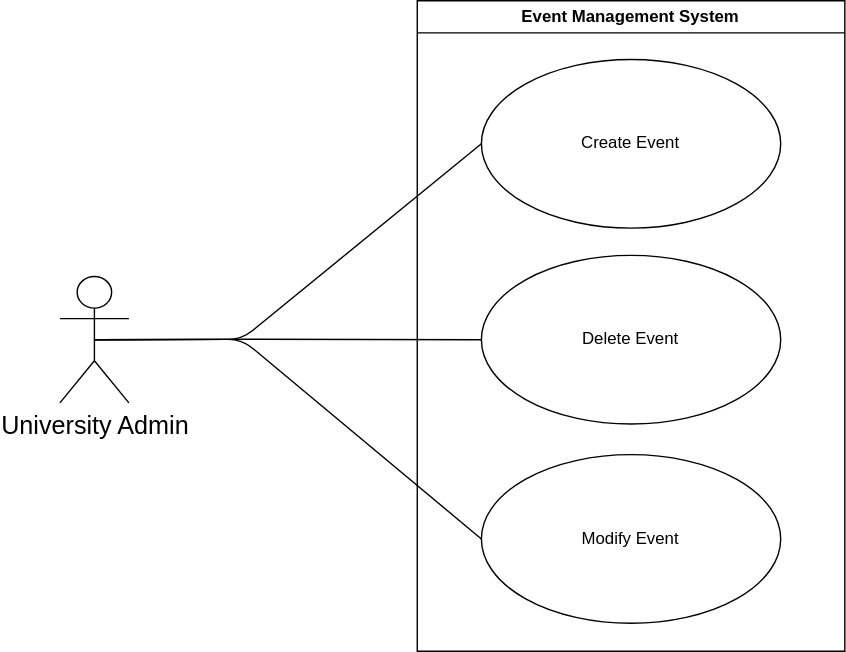
Earlier version of the draw.io export docs/diagrams/requirements/Event_Management.svg (COS301-SE-2026/UMTAS). Source tidied: cells renumbered, new cells last; positions are measured from the earlier drawing's top-left corner, leaving out a move shared by most shapes.
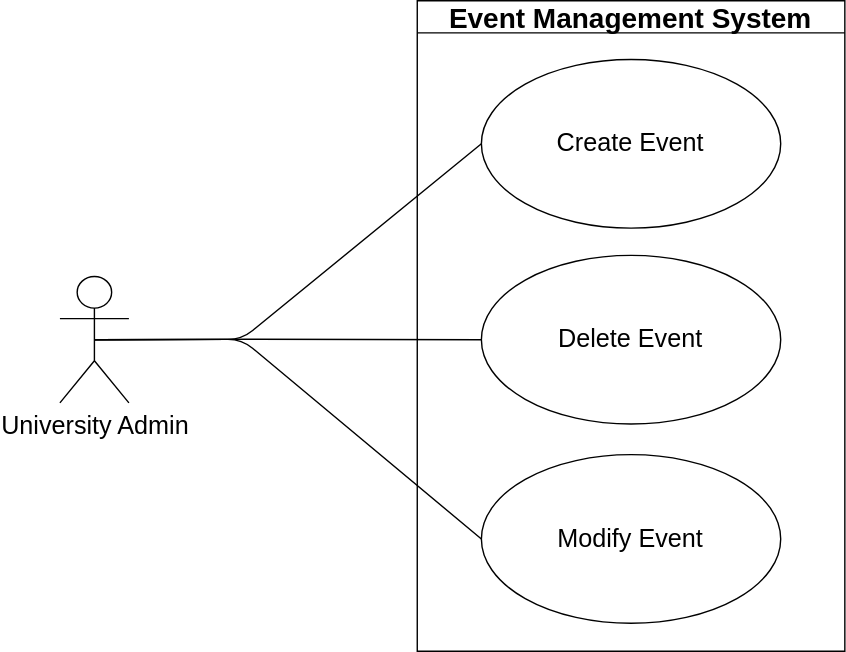
The same file after the commit.

Change to the diagram source:
```diff
@@ -8,16 +8,16 @@
     <mxCell id="3" value="&lt;font style=&quot;font-size: 18px;&quot;&gt;University Admin&lt;/font&gt;" style="shape=umlActor;verticalLabelPosition=bottom;verticalAlign=top;html=1;outlineConnect=0;" parent="2" vertex="1">
       <mxGeometry y="197.1" width="49.3" height="90.3" as="geometry" />
     </mxCell>
-    <mxCell id="4" value="Event Management System" style="swimlane;whiteSpace=wrap;html=1;" parent="2" vertex="1">
+    <mxCell id="4" value="&lt;font style=&quot;font-size: 20px;&quot;&gt;Event Management System&lt;/font&gt;" style="swimlane;whiteSpace=wrap;html=1;" parent="2" vertex="1">
       <mxGeometry x="255.4" width="305.6" height="465" as="geometry" />
     </mxCell>
-    <mxCell id="5" value="Create Event" style="ellipse;whiteSpace=wrap;html=1;" parent="4" vertex="1">
+    <mxCell id="5" value="&lt;font style=&quot;font-size: 18px;&quot;&gt;Create Event&lt;/font&gt;" style="ellipse;whiteSpace=wrap;html=1;" parent="4" vertex="1">
       <mxGeometry x="45.8" y="42" width="213.9" height="120.6" as="geometry" />
     </mxCell>
-    <mxCell id="6" value="Delete Event" style="ellipse;whiteSpace=wrap;html=1;" parent="4" vertex="1">
+    <mxCell id="6" value="&lt;font style=&quot;font-size: 18px;&quot;&gt;Delete Event&lt;/font&gt;" style="ellipse;whiteSpace=wrap;html=1;" parent="4" vertex="1">
       <mxGeometry x="45.8" y="182" width="213.9" height="120.6" as="geometry" />
     </mxCell>
-    <mxCell id="7" value="Modify Event" style="ellipse;whiteSpace=wrap;html=1;" parent="4" vertex="1">
+    <mxCell id="7" value="&lt;font style=&quot;font-size: 18px;&quot;&gt;Modify Event&lt;/font&gt;" style="ellipse;whiteSpace=wrap;html=1;" parent="4" vertex="1">
       <mxGeometry x="45.8" y="324.4" width="213.9" height="120.6" as="geometry" />
     </mxCell>
     <mxCell id="8" style="endArrow=none;html=1;entryX=0;entryY=0.5;entryDx=0;entryDy=0;exitX=0.5;exitY=0.5;exitDx=0;exitDy=0;exitPerimeter=0;" parent="2" edge="1" source="3" target="7">
```
